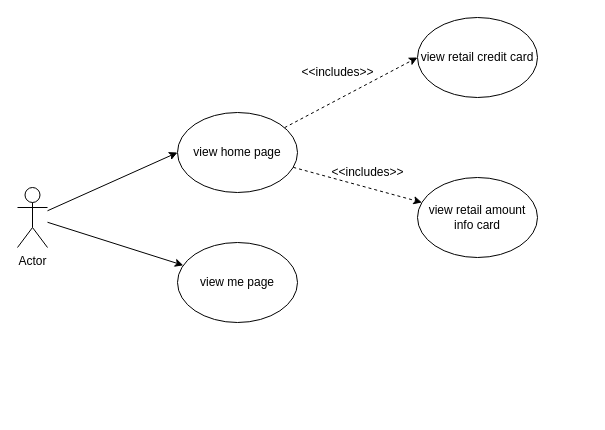
This is retail-home-credit-use-case.drawio from RexYao97/sfrex, a draw.io file, before an edit. Source tidied: cells renumbered, new cells numbered last; positions are measured from the earlier drawing's top-left corner, leaving out a move shared by most shapes. Both pictures are drawn from the tidied source at 100%, with x=0, y=0 at pixel (17, 17).
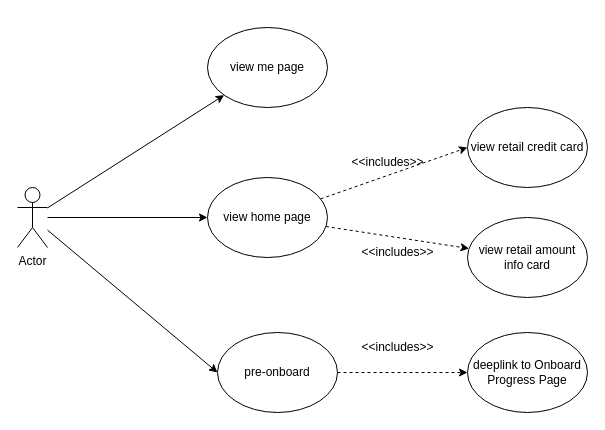
The same page after the edit.

Diff of the diagram source:
```diff
@@
 <mxGraphModel>
   <root>
     <mxCell id="0" />
     <mxCell id="1" parent="0" />
     <mxCell id="2" style="rounded=0;jettySize=auto;html=1;entryX=0;entryY=0.5;entryDx=0;entryDy=0;" parent="1" edge="1" source="4" target="7">
       <mxGeometry relative="1" as="geometry" />
     </mxCell>
     <mxCell id="3" style="rounded=0;jettySize=auto;html=1;" parent="1" edge="1" source="4" target="8">
       <mxGeometry relative="1" as="geometry" />
     </mxCell>
+    <mxCell id="13" style="rounded=0;jettySize=auto;html=1;entryX=0;entryY=0.5;entryDx=0;entryDy=0;" parent="1" edge="1" source="4" target="14">
+      <mxGeometry relative="1" as="geometry" />
+    </mxCell>
     <mxCell id="4" value="Actor" style="shape=umlActor;verticalLabelPosition=bottom;verticalAlign=top;html=1;outlineConnect=0;" parent="1" vertex="1">
       <mxGeometry y="170" width="30" height="60" as="geometry" />
     </mxCell>
     <mxCell id="5" style="rounded=0;jettySize=auto;html=1;entryX=0;entryY=0.5;entryDx=0;entryDy=0;dashed=1;" parent="1" edge="1" source="7" target="9">
       <mxGeometry relative="1" as="geometry" />
     </mxCell>
     <mxCell id="6" style="rounded=0;jettySize=auto;html=1;dashed=1;" parent="1" edge="1" source="7" target="10">
       <mxGeometry relative="1" as="geometry" />
     </mxCell>
     <mxCell id="7" value="view home page" style="ellipse;whiteSpace=wrap;html=1;" parent="1" vertex="1">
-      <mxGeometry x="160" y="95" width="120" height="80" as="geometry" />
+      <mxGeometry x="190" y="160" width="120" height="80" as="geometry" />
     </mxCell>
     <mxCell id="8" value="view me page" style="ellipse;whiteSpace=wrap;html=1;" parent="1" vertex="1">
-      <mxGeometry x="160" y="225" width="120" height="80" as="geometry" />
+      <mxGeometry x="190" y="10" width="120" height="80" as="geometry" />
     </mxCell>
     <mxCell id="9" value="view retail credit card" style="ellipse;whiteSpace=wrap;html=1;" parent="1" vertex="1">
-      <mxGeometry x="400" width="120" height="80" as="geometry" />
+      <mxGeometry x="450" y="90" width="120" height="80" as="geometry" />
     </mxCell>
     <mxCell id="10" value="view retail amount info card" style="ellipse;whiteSpace=wrap;html=1;" parent="1" vertex="1">
-      <mxGeometry x="400" y="160" width="120" height="80" as="geometry" />
+      <mxGeometry x="450" y="200" width="120" height="80" as="geometry" />
     </mxCell>
     <mxCell id="11" value="&amp;lt;&amp;lt;includes&amp;gt;&amp;gt;" style="text;html=1;align=center;verticalAlign=middle;strokeColor=none;fillColor=none;" parent="1" vertex="1">
-      <mxGeometry x="300" y="140" width="100" height="30" as="geometry" />
+      <mxGeometry x="330" y="220" width="100" height="30" as="geometry" />
     </mxCell>
     <mxCell id="12" value="&amp;lt;&amp;lt;includes&amp;gt;&amp;gt;" style="text;html=1;align=center;verticalAlign=middle;strokeColor=none;fillColor=none;" parent="1" vertex="1">
-      <mxGeometry x="270" y="40" width="100" height="30" as="geometry" />
+      <mxGeometry x="320" y="130" width="100" height="30" as="geometry" />
     </mxCell>
+    <mxCell id="14" value="pre-onboard" style="ellipse;whiteSpace=wrap;html=1;" parent="1" vertex="1">
+      <mxGeometry x="200" y="315" width="120" height="80" as="geometry" />
+    </mxCell>
+    <mxCell id="15" value="deeplink to Onboard Progress Page" style="ellipse;whiteSpace=wrap;html=1;" parent="1" vertex="1">
+      <mxGeometry x="450" y="315" width="120" height="80" as="geometry" />
+    </mxCell>
+    <mxCell id="16" style="rounded=0;jettySize=auto;html=1;dashed=1;exitX=1;exitY=0.5;exitDx=0;exitDy=0;entryX=0;entryY=0.5;entryDx=0;entryDy=0;" parent="1" edge="1" source="14" target="15">
+      <mxGeometry relative="1" as="geometry" />
+    </mxCell>
+    <mxCell id="17" value="&amp;lt;&amp;lt;includes&amp;gt;&amp;gt;" style="text;html=1;align=center;verticalAlign=middle;strokeColor=none;fillColor=none;" parent="1" vertex="1">
+      <mxGeometry x="330" y="315" width="100" height="30" as="geometry" />
+    </mxCell>
   </root>
 </mxGraphModel>
```
